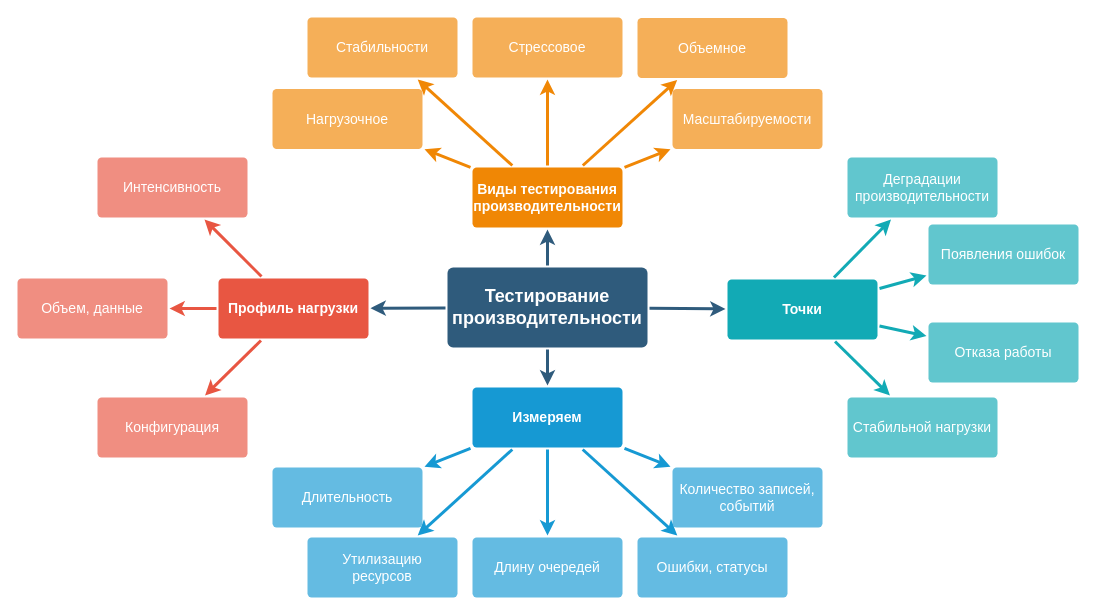
Before: docs/images/1/final.drawio in polarnik/perflab, a draw.io diagram. Source tidied: cells renumbered, new cells numbered last; positions are measured from the earlier drawing's top-left corner, leaving out a move shared by most shapes. Both pictures are drawn from the tidied source at 100%, with x=0, y=0 at pixel (17, 17).
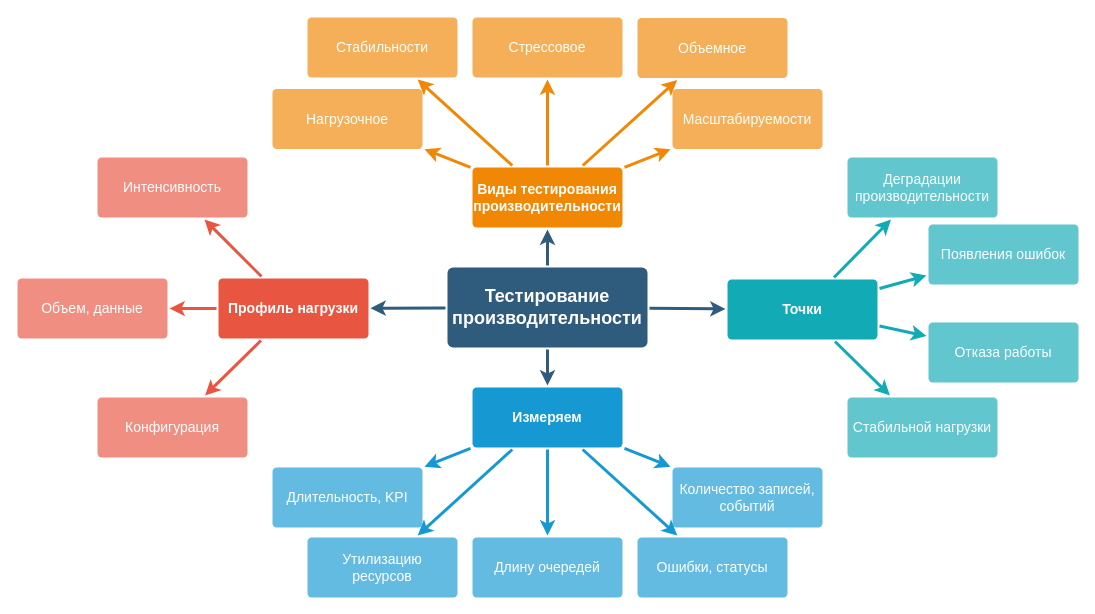
The same page after the edit.

Unchanged cells that the change refers to:
```xml
<mxCell id="7" style="group;" parent="1" vertex="1">
  <mxGeometry x="255" y="370" width="550" height="210" as="geometry" />
</mxCell>
```

The edit, as a diff of the source:
```diff
@@
-    <mxCell id="13" value="Длительность" style="rounded=1;whiteSpace=wrap;html=1;shadow=0;labelBackgroundColor=none;strokeColor=none;strokeWidth=3;fillColor=#64bbe2;fontFamily=Helvetica;fontSize=14;fontColor=#FFFFFF;align=center;spacing=5;arcSize=7;perimeterSpacing=2;" parent="7" vertex="1">
+    <mxCell id="13" value="Длительность, KPI" style="rounded=1;whiteSpace=wrap;html=1;shadow=0;labelBackgroundColor=none;strokeColor=none;strokeWidth=3;fillColor=#64bbe2;fontFamily=Helvetica;fontSize=14;fontColor=#FFFFFF;align=center;spacing=5;arcSize=7;perimeterSpacing=2;" parent="7" vertex="1">
       <mxGeometry y="80" width="150" height="60" as="geometry" />
     </mxCell>
```
